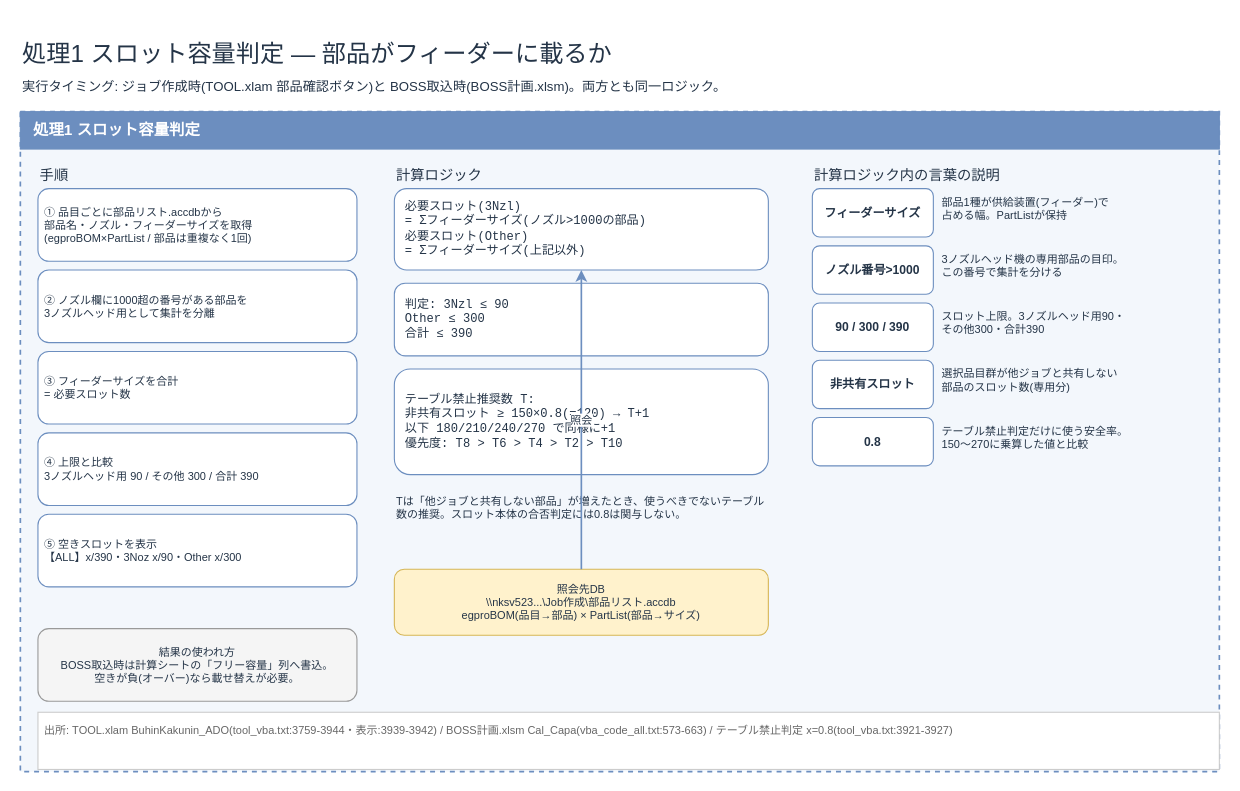
The draw.io diagram page "2_処理1_スロット容量判定" (2 of 5) of 20261016_鹿島引き込みExcel分析/負荷計算の処理内容.drawio in nk-shino/work_vault, before the edit. Source tidied: cells renumbered, new cells numbered last; positions are measured from the earlier drawing's top-left corner, leaving out a move shared by most shapes. Both pictures are drawn from the tidied source at 110%, with x=0, y=0 at pixel (20, 32).
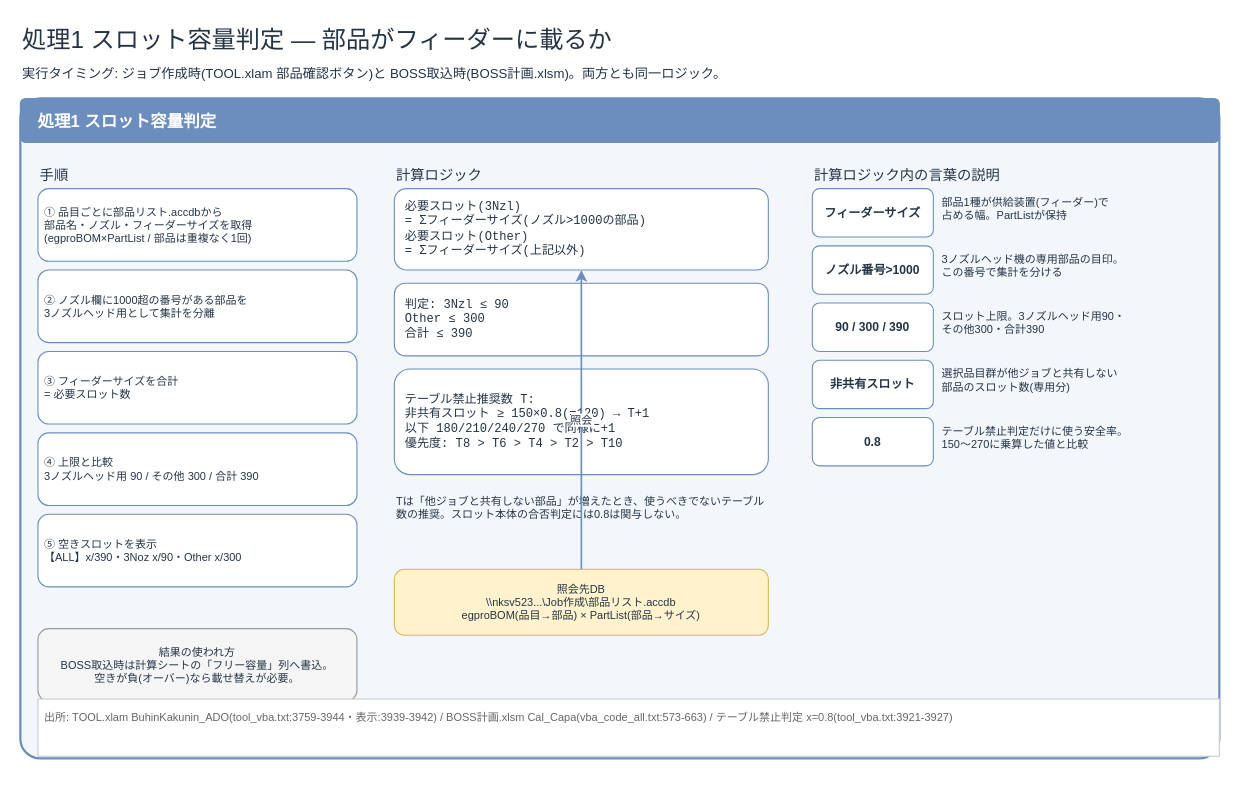
Above is the later version.

What changed in the source:
```diff
@@
     <mxCell id="2" value="処理1 スロット容量判定 — 部品がフィーダーに載るか" style="text;html=1;fontSize=22;fontColor=#243447;align=left;verticalAlign=top;whiteSpace=wrap;spacing=2;" parent="1" vertex="1">
-      <mxGeometry width="1090" height="34" as="geometry" />
+      <mxGeometry y="-12" width="1090" height="34" as="geometry" />
     </mxCell>
     <mxCell id="3" value="実行タイミング: ジョブ作成時(TOOL.xlam 部品確認ボタン)と BOSS取込時(BOSS計画.xlsm)。両方とも同一ロジック。" style="text;html=1;fontSize=12;fontColor=#243447;align=left;verticalAlign=top;whiteSpace=wrap;spacing=2;" parent="1" vertex="1">
-      <mxGeometry y="36" width="1090" height="22" as="geometry" />
+      <mxGeometry y="24" width="1090" height="22" as="geometry" />
     </mxCell>
-    <mxCell id="4" style="rounded=0;whiteSpace=wrap;html=1;fillColor=#F3F7FC;strokeColor=#6C8EBF;strokeWidth=1.5;dashed=1;verticalAlign=top;" parent="1" vertex="1">
-      <mxGeometry y="72" width="1090" height="600" as="geometry" />
+    <mxCell id="4" style="rounded=1;arcSize=3;whiteSpace=wrap;html=1;fillColor=#F3F7FC;strokeColor=#6C8EBF;strokeWidth=2;dashed=0;verticalAlign=top;" parent="1" vertex="1">
+      <mxGeometry y="60" width="1090" height="600" as="geometry" />
     </mxCell>
-    <mxCell id="5" value="処理1 スロット容量判定" style="rounded=0;whiteSpace=wrap;html=1;fillColor=#6C8EBF;strokeColor=#6C8EBF;fontColor=#FFFFFF;fontSize=14;fontStyle=1;align=left;spacingLeft=10;" parent="1" vertex="1">
-      <mxGeometry y="72" width="1090" height="34" as="geometry" />
+    <mxCell id="5" value="処理1 スロット容量判定" style="rounded=1;arcSize=12;whiteSpace=wrap;html=1;fillColor=#6C8EBF;strokeColor=#6C8EBF;fontColor=#FFFFFF;fontSize=15;fontStyle=1;align=left;spacingLeft=14;verticalAlign=middle;" parent="1" vertex="1">
+      <mxGeometry y="60" width="1090" height="40" as="geometry" />
     </mxCell>
@@
     <mxCell id="31" value="出所: TOOL.xlam BuhinKakunin_ADO(tool_vba.txt:3759-3944・表示:3939-3942) / BOSS計画.xlsm Cal_Capa(vba_code_all.txt:573-663) / テーブル禁止判定 x=0.8(tool_vba.txt:3921-3927)" style="rounded=0;whiteSpace=wrap;html=1;fillColor=#FFFFFF;strokeColor=#CCCCCC;fontColor=#666666;fontSize=10;align=left;spacing=6;verticalAlign=top;" parent="1" vertex="1">
-      <mxGeometry x="16" y="618" width="1074" height="52" as="geometry" />
+      <mxGeometry x="16" y="606" width="1074" height="52" as="geometry" />
     </mxCell>
```
